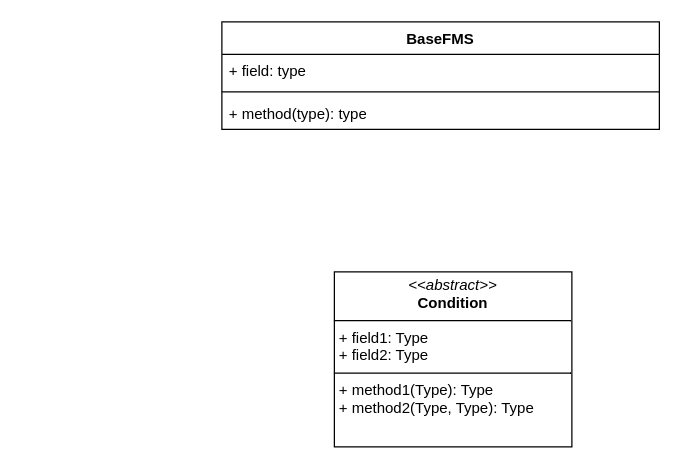
Above: FSM.drawio in QAQSly/QAQSly (draw.io), before the change. Source tidied: cells renumbered, new cells numbered last; positions are measured from the earlier drawing's top-left corner, leaving out a move shared by most shapes. Both pictures are drawn from the tidied source at 125%, with x=0, y=0 at pixel (221, 21).
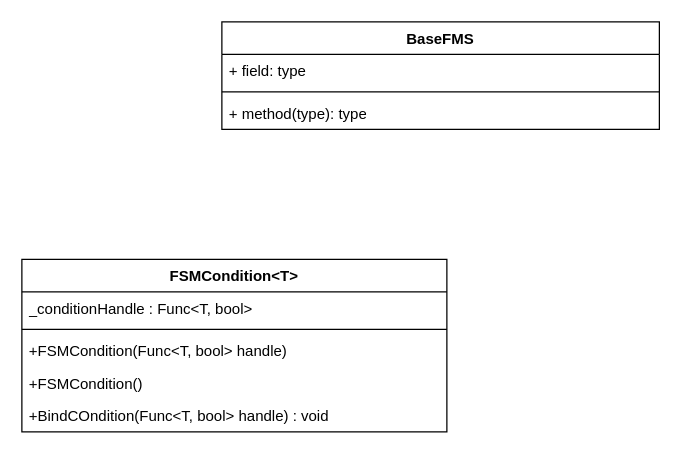
The same page after the edit.

The edit, as a diff of the source:
```diff
@@
 <mxGraphModel>
   <root>
     <mxCell id="0" />
     <mxCell id="1" parent="0" />
     <mxCell id="2" value="BaseFMS" style="swimlane;fontStyle=1;align=center;verticalAlign=top;horizontal=1;startSize=26;whiteSpace=wrap;html=1;" parent="1" vertex="1">
       <mxGeometry width="350" height="86" as="geometry" />
     </mxCell>
     <mxCell id="3" value="+ field: type" style="text;strokeColor=none;fillColor=none;align=left;verticalAlign=top;spacingLeft=4;spacingRight=4;overflow=hidden;whiteSpace=wrap;html=1;" parent="2" vertex="1">
       <mxGeometry y="26" width="350" height="26" as="geometry" />
     </mxCell>
     <mxCell id="4" style="line;strokeWidth=1;fillColor=none;align=left;verticalAlign=middle;spacingTop=-1;spacingLeft=3;spacingRight=3;labelPosition=right;strokeColor=inherit;" parent="2" vertex="1">
       <mxGeometry y="52" width="350" height="8" as="geometry" />
     </mxCell>
     <mxCell id="5" value="+ method(type): type" style="text;strokeColor=none;fillColor=none;align=left;verticalAlign=top;spacingLeft=4;spacingRight=4;overflow=hidden;whiteSpace=wrap;html=1;" parent="2" vertex="1">
       <mxGeometry y="60" width="350" height="26" as="geometry" />
     </mxCell>
-    <mxCell id="6" value="&lt;p style=&quot;margin:0px;margin-top:4px;text-align:center;&quot;&gt;&lt;i&gt;&amp;lt;&amp;lt;abstract&amp;gt;&amp;gt;&lt;/i&gt;&lt;br&gt;&lt;b&gt;Condition&lt;/b&gt;&lt;/p&gt;&lt;hr size=&quot;1&quot; style=&quot;border-style:solid;&quot;&gt;&lt;p style=&quot;margin:0px;margin-left:4px;&quot;&gt;+ field1: Type&lt;br&gt;+ field2: Type&lt;/p&gt;&lt;hr size=&quot;1&quot; style=&quot;border-style:solid;&quot;&gt;&lt;p style=&quot;margin:0px;margin-left:4px;&quot;&gt;+ method1(Type): Type&lt;br&gt;+ method2(Type, Type): Type&lt;/p&gt;" style="verticalAlign=top;align=left;overflow=fill;html=1;whiteSpace=wrap;" parent="1" vertex="1">
-      <mxGeometry x="90" y="200" width="190" height="140" as="geometry" />
-    </mxCell>
+    <mxCell id="7" value="FSMCondition&amp;lt;T&amp;gt;" style="swimlane;fontStyle=1;align=center;verticalAlign=top;horizontal=1;startSize=26;whiteSpace=wrap;html=1;" parent="1" vertex="1">
+      <mxGeometry x="-160" y="190" width="340" height="138" as="geometry" />
+    </mxCell>
+    <mxCell id="8" value="_conditionHandle : Func&amp;lt;T, bool&amp;gt;" style="text;strokeColor=none;fillColor=none;align=left;verticalAlign=top;spacingLeft=4;spacingRight=4;overflow=hidden;whiteSpace=wrap;html=1;" parent="7" vertex="1">
+      <mxGeometry y="26" width="340" height="26" as="geometry" />
+    </mxCell>
+    <mxCell id="9" style="line;strokeWidth=1;fillColor=none;align=left;verticalAlign=middle;spacingTop=-1;spacingLeft=3;spacingRight=3;labelPosition=right;strokeColor=inherit;" parent="7" vertex="1">
+      <mxGeometry y="52" width="340" height="8" as="geometry" />
+    </mxCell>
+    <mxCell id="10" value="+FSMCondition(Func&amp;lt;T, bool&amp;gt; handle)" style="text;strokeColor=none;fillColor=none;align=left;verticalAlign=top;spacingLeft=4;spacingRight=4;overflow=hidden;whiteSpace=wrap;html=1;" parent="7" vertex="1">
+      <mxGeometry y="60" width="340" height="26" as="geometry" />
+    </mxCell>
+    <mxCell id="11" value="+FSMCondition()" style="text;strokeColor=none;fillColor=none;align=left;verticalAlign=top;spacingLeft=4;spacingRight=4;overflow=hidden;whiteSpace=wrap;html=1;" parent="7" vertex="1">
+      <mxGeometry y="86" width="340" height="26" as="geometry" />
+    </mxCell>
+    <mxCell id="12" value="+BindCOndition(Func&amp;lt;T, bool&amp;gt; handle) : void" style="text;strokeColor=none;fillColor=none;align=left;verticalAlign=top;spacingLeft=4;spacingRight=4;overflow=hidden;whiteSpace=wrap;html=1;" parent="7" vertex="1">
+      <mxGeometry y="112" width="340" height="26" as="geometry" />
+    </mxCell>
   </root>
 </mxGraphModel>
```
